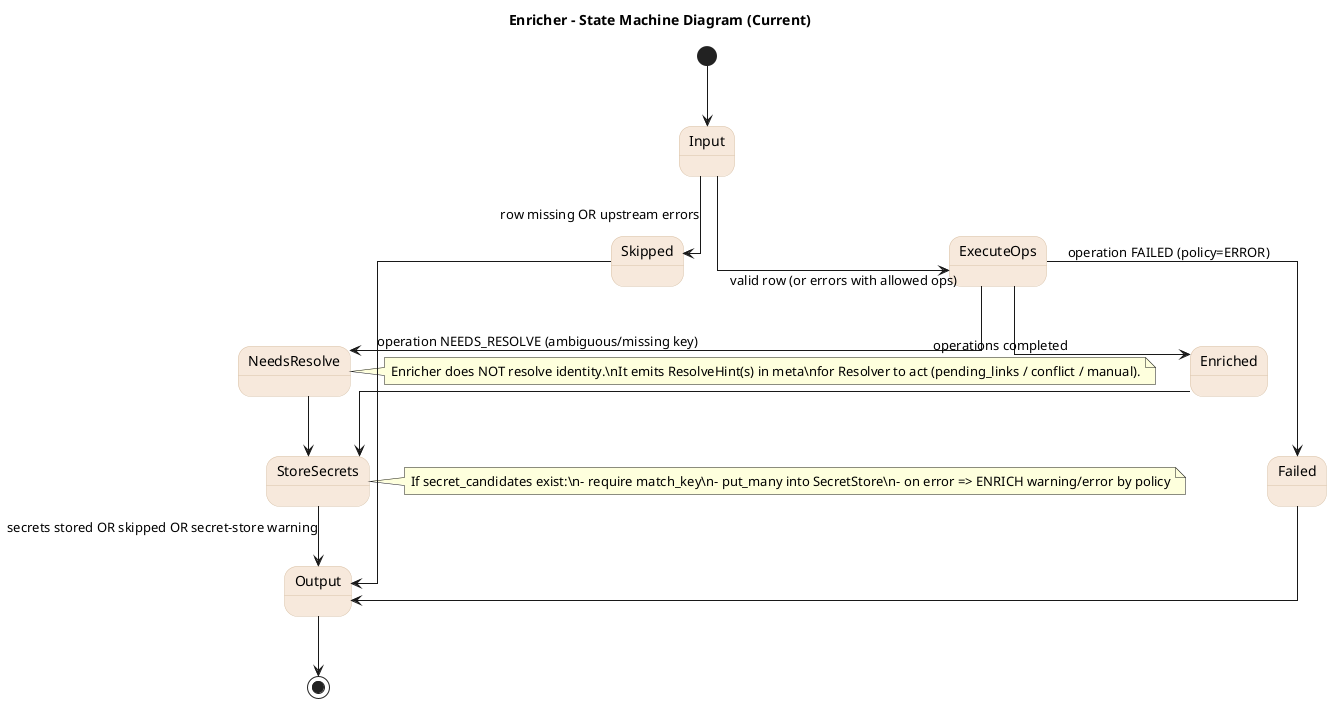
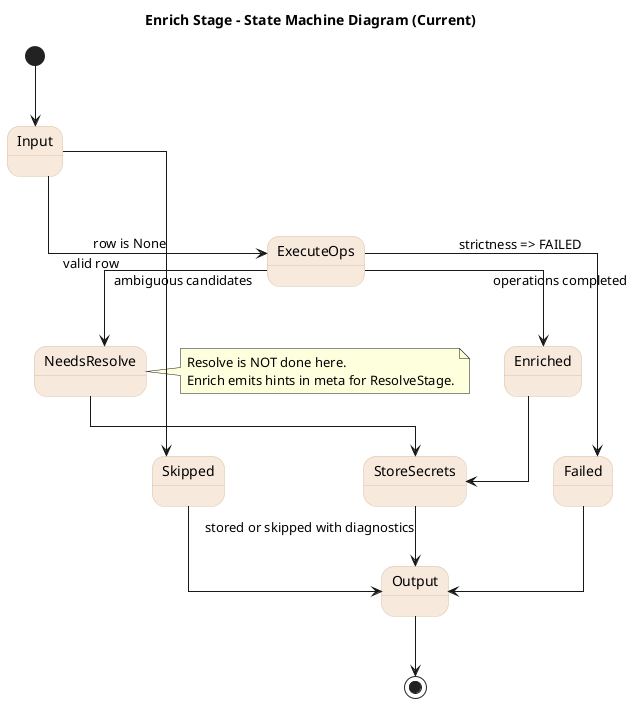
@startuml
- title Enricher - State Machine Diagram (Current)
+ title Enrich Stage - State Machine Diagram (Current)
skinparam backgroundColor white
skinparam linetype ortho
skinparam defaultFontName Arial
skinparam state {
  BackgroundColor #f7e9dc
  BorderColor #d9c2a8
}

[*] --> Input
+ Input --> Skipped : row is None
+ Input --> ExecuteOps : valid row

- Input --> Skipped : row missing OR upstream errors
- Input --> ExecuteOps : valid row (or errors with allowed ops)
- 
- ExecuteOps --> Failed : operation FAILED (policy=ERROR)
- ExecuteOps --> NeedsResolve : operation NEEDS_RESOLVE (ambiguous/missing key)
+ ExecuteOps --> NeedsResolve : ambiguous candidates
+ ExecuteOps --> Failed : strictness => FAILED
ExecuteOps --> Enriched : operations completed

NeedsResolve --> StoreSecrets
Enriched --> StoreSecrets
+ Failed --> Output
Skipped --> Output

- StoreSecrets --> Output : secrets stored OR skipped OR secret-store warning
- 
- Failed --> Output
- 
+ StoreSecrets --> Output : stored or skipped with diagnostics
Output --> [*]

note right of NeedsResolve
- Enricher does NOT resolve identity.\nIt emits ResolveHint(s) in meta\nfor Resolver to act (pending_links / conflict / manual).
- end note
- 
- note right of StoreSecrets
- If secret_candidates exist:\n- require match_key\n- put_many into SecretStore\n- on error => ENRICH warning/error by policy
+ Resolve is NOT done here.
+ Enrich emits hints in meta for ResolveStage.
end note

@enduml
